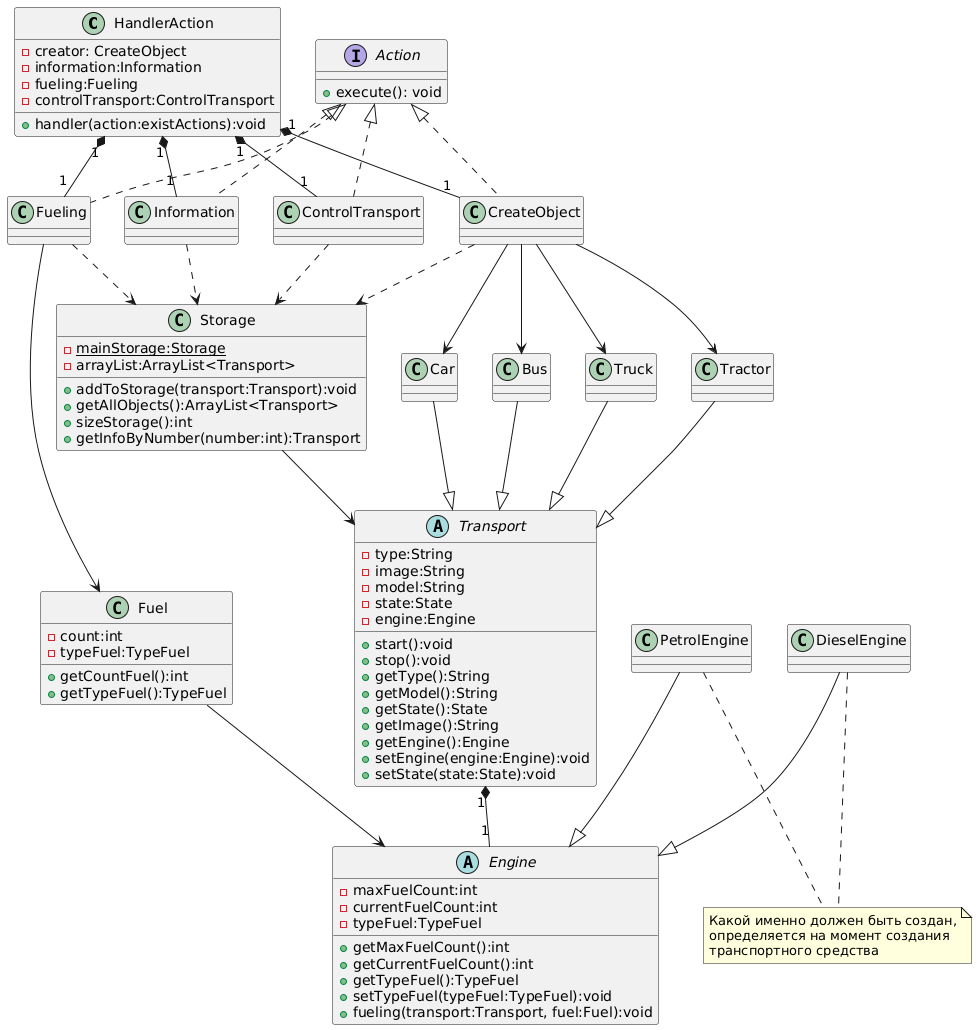
Before: doc/image/UML.png, a diagram exported from PlantUML (LIKhamitova/TransportOOP). The source it was exported from:
```plantuml
@startuml
class HandlerAction{
-creator: CreateObject
-information:Information
-fueling:Fueling
-controlTransport:ControlTransport
+handler(action:existActions):void
}

interface Action {
+execute(): void
}

class Storage{
-{static}mainStorage:Storage
-arrayList:ArrayList<Transport>
+addToStorage(transport:Transport):void
+getAllObjects():ArrayList<Transport>
+sizeStorage():int
+getInfoByNumber(number:int):Transport
}

class Fuel{
-count:int
-typeFuel:TypeFuel
+getCountFuel():int
+getTypeFuel():TypeFuel
}

abstract class Engine{
-maxFuelCount:int
-currentFuelCount:int
-typeFuel:TypeFuel
+getMaxFuelCount():int
+getCurrentFuelCount():int
+getTypeFuel():TypeFuel
+setTypeFuel(typeFuel:TypeFuel):void
+fueling(transport:Transport, fuel:Fuel):void
}


abstract class Transport{
-type:String
-image:String
-model:String
-state:State
-engine:Engine
+start():void
+stop():void
+getType():String
+getModel():String
+getState():State
+getImage():String
+getEngine():Engine
+setEngine(engine:Engine):void
+setState(state:State):void
}

class CreateObject implements Action
class Information implements Action
class Fueling implements Action
class ControlTransport implements Action


HandlerAction "1"*--"1"CreateObject
HandlerAction "1"*-- "1"Information
HandlerAction "1"*-- "1"Fueling
HandlerAction "1"*-- "1"ControlTransport

CreateObject..>Storage
Information..>Storage
Fueling ..>Storage
ControlTransport ..>Storage

Fueling -->Fuel
Fuel-->Engine


CreateObject -->Car
CreateObject  -->Bus
CreateObject -->Truck
CreateObject --> Tractor


Storage -->Transport
Car --|>Transport
Bus --|>Transport
Truck --|>Transport
Tractor --|>Transport

Transport "1"*--"1" Engine


PetrolEngine  --|>Engine
DieselEngine--|>Engine

note "Какой именно должен быть создан,\nопределяется на момент создания\nтранспортного средства" as N1
PetrolEngine .. N1
DieselEngine .. N1
@enduml
```
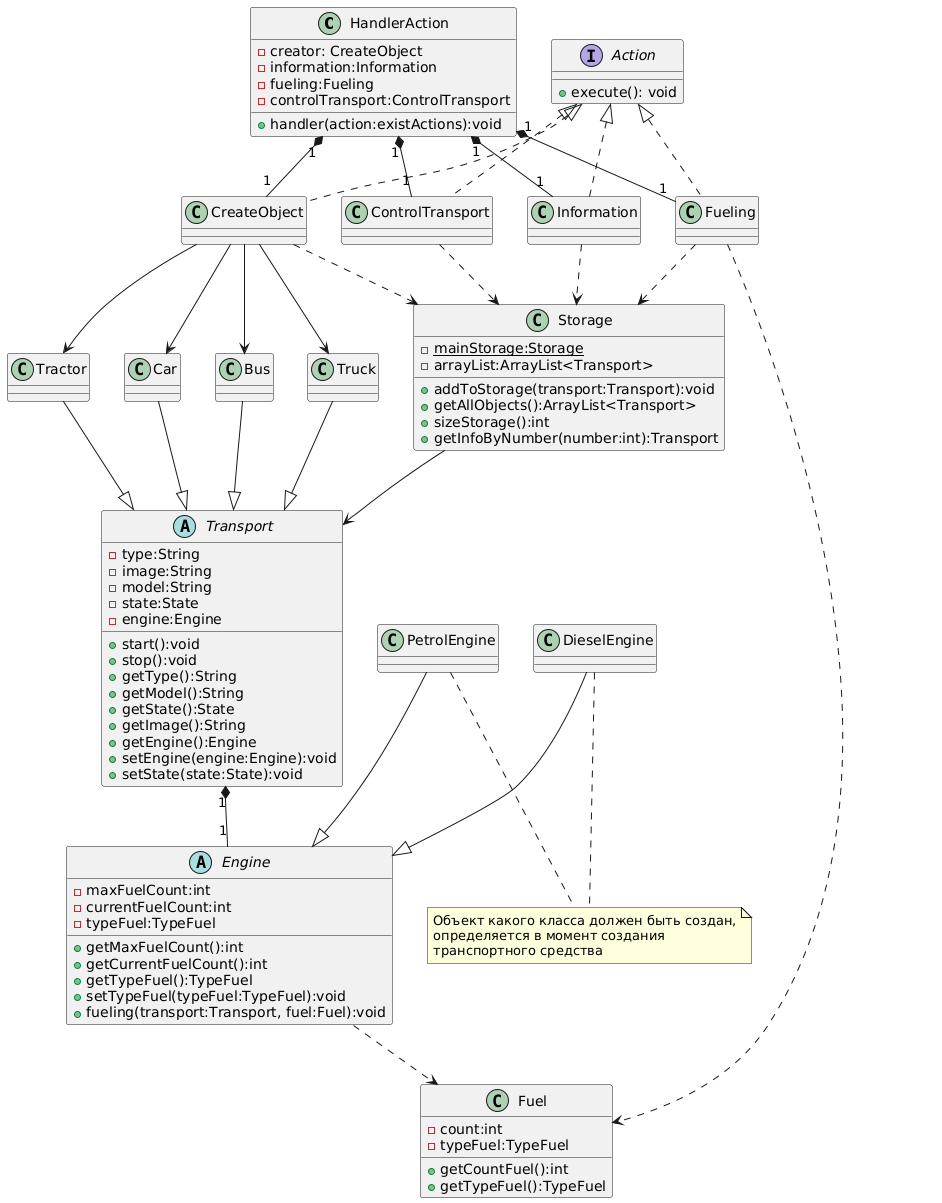
After the change.

Change to the diagram source:
```diff
@@ -20,12 +20,15 @@
 +getInfoByNumber(number:int):Transport
 }
 
+
 class Fuel{
 -count:int
 -typeFuel:TypeFuel
 +getCountFuel():int
 +getTypeFuel():TypeFuel
 }
+
+
 
 abstract class Engine{
 -maxFuelCount:int
@@ -72,8 +75,8 @@
 Fueling ..>Storage
 ControlTransport ..>Storage
 
-Fueling -->Fuel
-Fuel-->Engine
+Fueling ..>Fuel
+Engine  ..>Fuel
 
 
 CreateObject -->Car
@@ -94,7 +97,7 @@
 PetrolEngine  --|>Engine
 DieselEngine--|>Engine
 
-note "Какой именно должен быть создан,\nопределяется на момент создания\nтранспортного средства" as N1
+note "Объект какого класса должен быть создан,\nопределяется в момент создания\nтранспортного средства" as N1
 PetrolEngine .. N1
 DieselEngine .. N1
 @enduml
```
